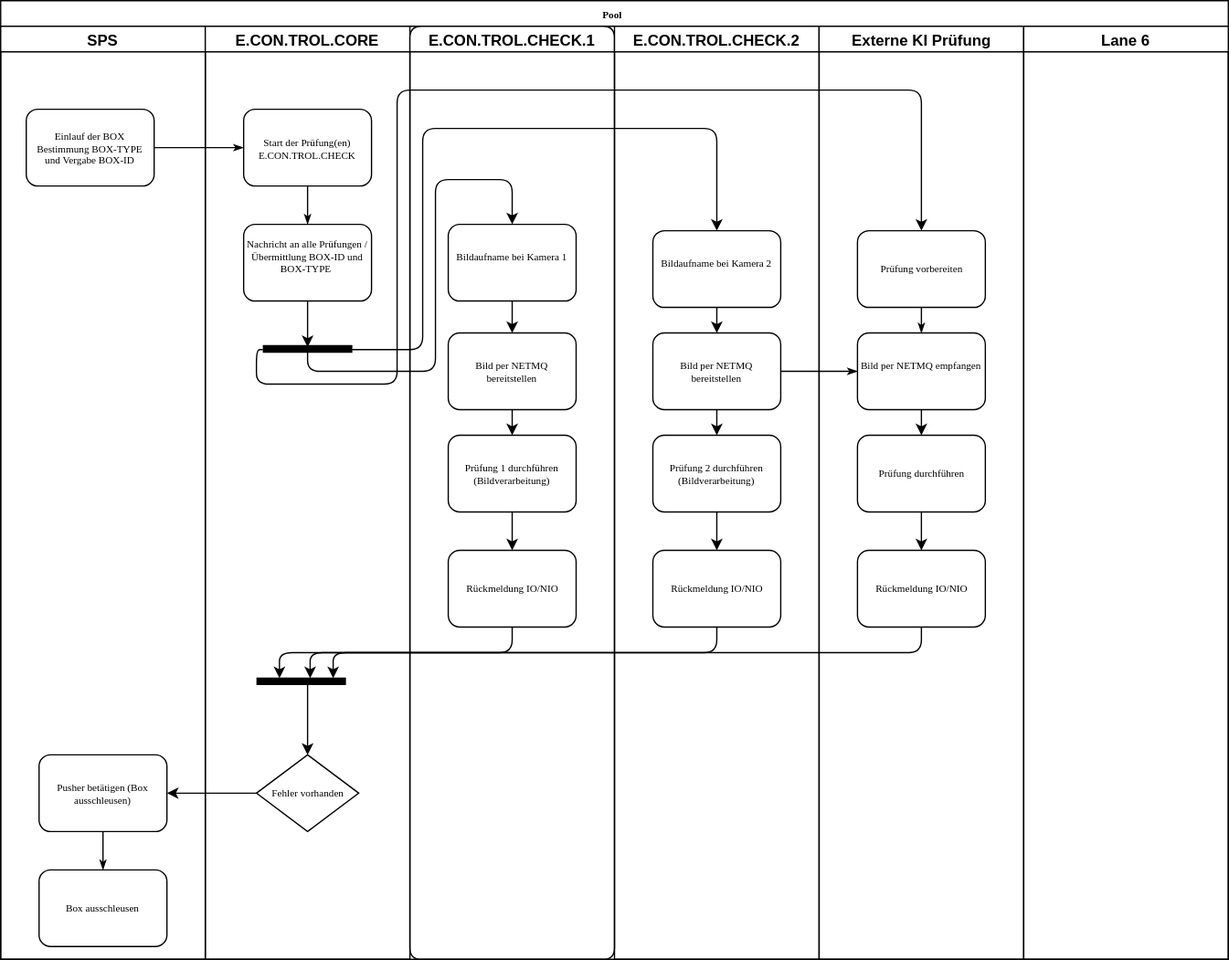
This is BoxInspectionCycle.svg from add42/e.con.trol.image.client.demo, a draw.io export, as it was before one commit. Source tidied: cells renumbered, new cells last; positions are measured from the earlier drawing's top-left corner, leaving out a move shared by most shapes.
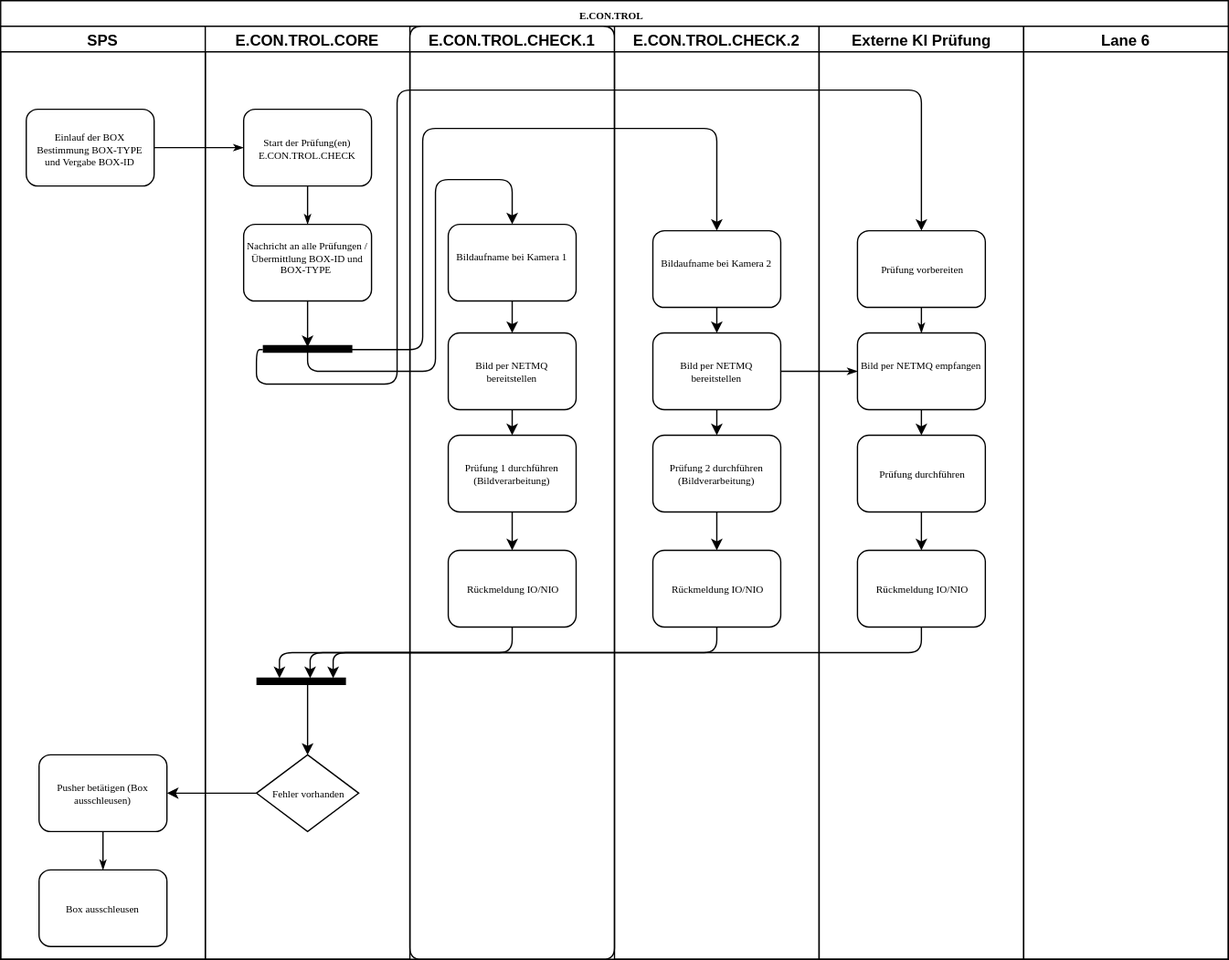
The same diagram one commit later.

Change to the diagram source:
```diff
@@ -2,7 +2,7 @@
   <root>
     <mxCell id="0" />
     <mxCell id="1" parent="0" />
-    <mxCell id="2" value="Pool" style="swimlane;html=1;startSize=20;rounded=0;shadow=0;labelBackgroundColor=none;strokeColor=#000000;strokeWidth=1;fillColor=#ffffff;fontFamily=Verdana;fontSize=8;fontColor=#000000;align=center;" parent="1" vertex="1">
+    <mxCell id="2" value="E.CON.TROL" style="swimlane;html=1;startSize=20;rounded=0;shadow=0;labelBackgroundColor=none;strokeColor=#000000;strokeWidth=1;fillColor=#ffffff;fontFamily=Verdana;fontSize=8;fontColor=#000000;align=center;" parent="1" vertex="1">
       <mxGeometry width="960" height="750" as="geometry" />
     </mxCell>
     <mxCell id="3" style="edgeStyle=orthogonalEdgeStyle;rounded=1;html=1;labelBackgroundColor=none;startArrow=none;startFill=0;startSize=5;endArrow=classicThin;endFill=1;endSize=5;jettySize=auto;strokeColor=#000000;strokeWidth=1;fontFamily=Verdana;fontSize=8;fontColor=#000000;" parent="2" edge="1" source="6" target="11">
```
